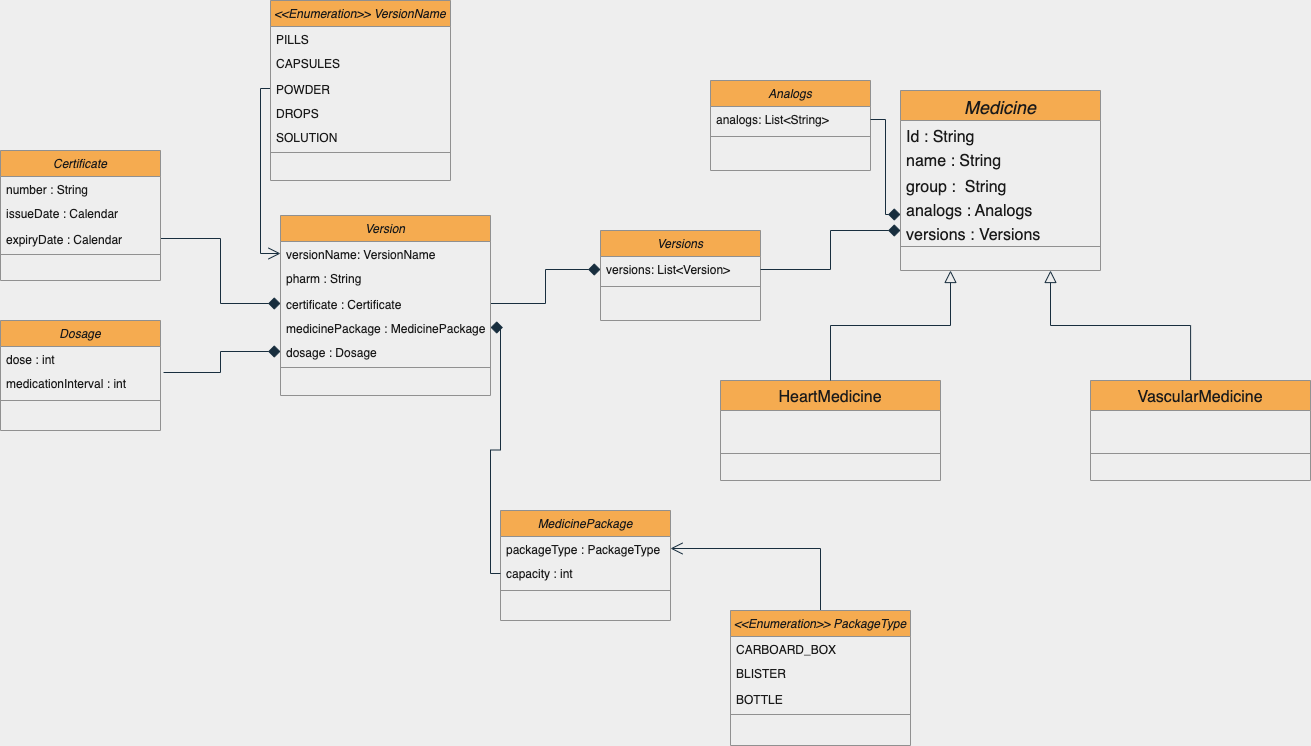
Earlier version of the draw.io export Medicine.png (Foltrex/XML). Source tidied: cells renumbered, new cells last; positions are measured from the earlier drawing's top-left corner, leaving out a move shared by most shapes. Source of this version:
```xml
<mxGraphModel background="#EEEEEE">
  <root>
    <mxCell id="0" />
    <mxCell id="1" parent="0" />
    <mxCell id="2" value="Medicine" style="swimlane;fontStyle=2;align=center;verticalAlign=top;horizontal=1;startSize=30;rounded=0;shadow=0;strokeWidth=1;fillColor=#F5AB50;strokeColor=#909090;fontColor=#1A1A1A;fontSize=18;" parent="1" vertex="1">
      <mxGeometry x="900" y="90" width="200" height="180" as="geometry" />
    </mxCell>
    <mxCell id="3" value="Id : String" style="text;align=left;verticalAlign=top;spacingLeft=4;spacingRight=4;overflow=hidden;fontColor=#1A1A1A;fontSize=16;" parent="2" vertex="1">
      <mxGeometry y="30" width="200" height="24" as="geometry" />
    </mxCell>
    <mxCell id="4" value="name : String" style="text;align=left;verticalAlign=top;spacingLeft=4;spacingRight=4;overflow=hidden;rounded=0;shadow=0;html=0;fontColor=#1A1A1A;fontSize=16;" parent="2" vertex="1">
      <mxGeometry y="54" width="200" height="26" as="geometry" />
    </mxCell>
    <mxCell id="5" value="group :  String&#10;" style="text;align=left;verticalAlign=top;spacingLeft=4;spacingRight=4;overflow=hidden;rounded=0;shadow=0;html=0;fontColor=#1A1A1A;fontSize=16;" parent="2" vertex="1">
      <mxGeometry y="80" width="200" height="24" as="geometry" />
    </mxCell>
    <mxCell id="6" value="analogs : Analogs" style="text;align=left;verticalAlign=top;spacingLeft=4;spacingRight=4;overflow=hidden;points=[[0,0.5],[1,0.5]];portConstraint=eastwest;rounded=0;shadow=0;html=0;fontColor=#1A1A1A;fontSize=16;" parent="2" vertex="1">
      <mxGeometry y="104" width="200" height="24" as="geometry" />
    </mxCell>
    <mxCell id="7" value="versions : Versions" style="text;align=left;verticalAlign=top;spacingLeft=4;spacingRight=4;overflow=hidden;points=[[0,0.5],[1,0.5]];portConstraint=eastwest;rounded=0;shadow=0;html=0;fontColor=#1A1A1A;fontSize=16;" parent="2" vertex="1">
      <mxGeometry y="128" width="200" height="24" as="geometry" />
    </mxCell>
    <mxCell id="8" style="line;html=1;strokeWidth=1;align=left;verticalAlign=middle;spacingTop=-1;spacingLeft=3;spacingRight=3;labelPosition=right;labelBackgroundColor=#EEEEEE;fillColor=#F5AB50;strokeColor=#909090;fontColor=#1A1A1A;" parent="2" vertex="1">
      <mxGeometry y="152" width="200" height="8" as="geometry" />
    </mxCell>
    <mxCell id="9" value="HeartMedicine" style="swimlane;fontStyle=0;align=center;verticalAlign=top;horizontal=1;startSize=30;rounded=0;shadow=0;strokeWidth=1;fillColor=#F5AB50;strokeColor=#909090;fontColor=#1A1A1A;fontSize=16;" parent="1" vertex="1">
      <mxGeometry x="720" y="380" width="220" height="100" as="geometry" />
    </mxCell>
    <mxCell id="10" style="line;html=1;strokeWidth=1;align=left;verticalAlign=middle;spacingTop=-1;spacingLeft=3;spacingRight=3;labelPosition=right;labelBackgroundColor=#EEEEEE;fillColor=#F5AB50;strokeColor=#909090;fontColor=#1A1A1A;" parent="9" vertex="1">
      <mxGeometry y="26" width="220" height="94" as="geometry" />
    </mxCell>
    <mxCell id="11" style="endArrow=block;endSize=10;endFill=0;shadow=0;strokeWidth=1;rounded=0;edgeStyle=orthogonalEdgeStyle;elbow=vertical;entryX=0.25;entryY=1;entryDx=0;entryDy=0;labelBackgroundColor=#EEEEEE;strokeColor=#182E3E;fontColor=#1A1A1A;" parent="1" edge="1" source="9" target="2">
      <mxGeometry relative="1" as="geometry" />
    </mxCell>
    <mxCell id="12" style="endArrow=block;endSize=10;endFill=0;shadow=0;strokeWidth=1;rounded=0;edgeStyle=orthogonalEdgeStyle;elbow=vertical;entryX=0.75;entryY=1;entryDx=0;entryDy=0;labelBackgroundColor=#EEEEEE;strokeColor=#182E3E;fontColor=#1A1A1A;exitX=0.455;exitY=0;exitDx=0;exitDy=0;exitPerimeter=0;" parent="1" edge="1" source="59" target="2">
      <mxGeometry relative="1" as="geometry" />
    </mxCell>
    <mxCell id="13" value="Analogs" style="swimlane;fontStyle=2;align=center;verticalAlign=top;horizontal=1;startSize=26;rounded=0;shadow=0;strokeWidth=1;fillColor=#F5AB50;strokeColor=#909090;fontColor=#1A1A1A;" parent="1" vertex="1">
      <mxGeometry x="710" y="80" width="160" height="90" as="geometry" />
    </mxCell>
    <mxCell id="14" value="analogs: List&lt;String&gt;" style="text;align=left;verticalAlign=top;spacingLeft=4;spacingRight=4;overflow=hidden;points=[[0,0.5],[1,0.5]];portConstraint=eastwest;rounded=0;shadow=0;html=0;fontColor=#1A1A1A;" parent="13" vertex="1">
      <mxGeometry y="26" width="160" height="26" as="geometry" />
    </mxCell>
    <mxCell id="15" style="line;html=1;strokeWidth=1;align=left;verticalAlign=middle;spacingTop=-1;spacingLeft=3;spacingRight=3;labelPosition=right;labelBackgroundColor=#EEEEEE;fillColor=#F5AB50;strokeColor=#909090;fontColor=#1A1A1A;" parent="13" vertex="1">
      <mxGeometry y="52" width="160" height="8" as="geometry" />
    </mxCell>
    <mxCell id="16" style="endArrow=diamond;endSize=10;endFill=1;shadow=0;strokeWidth=1;rounded=0;edgeStyle=orthogonalEdgeStyle;elbow=vertical;exitX=1;exitY=0.5;exitDx=0;exitDy=0;labelBackgroundColor=#EEEEEE;strokeColor=#182E3E;fontColor=#1A1A1A;entryX=0;entryY=0.833;entryDx=0;entryDy=0;entryPerimeter=0;" parent="1" edge="1" source="14" target="6">
      <mxGeometry relative="1" as="geometry" />
    </mxCell>
    <mxCell id="17" value="Versions" style="swimlane;fontStyle=2;align=center;verticalAlign=top;horizontal=1;startSize=26;rounded=0;shadow=0;strokeWidth=1;fillColor=#F5AB50;strokeColor=#909090;fontColor=#1A1A1A;" parent="1" vertex="1">
      <mxGeometry x="600" y="230" width="160" height="90" as="geometry" />
    </mxCell>
    <mxCell id="18" style="line;html=1;strokeWidth=1;align=left;verticalAlign=middle;spacingTop=-1;spacingLeft=3;spacingRight=3;labelPosition=right;labelBackgroundColor=#EEEEEE;fillColor=#F5AB50;strokeColor=#909090;fontColor=#1A1A1A;" parent="17" vertex="1">
      <mxGeometry y="52" width="160" height="8" as="geometry" />
    </mxCell>
    <mxCell id="19" value="versions: List&lt;Version&gt;" style="text;align=left;verticalAlign=top;spacingLeft=4;spacingRight=4;overflow=hidden;points=[[0,0.5],[1,0.5]];portConstraint=eastwest;rounded=0;shadow=0;html=0;fontColor=#1A1A1A;" parent="17" vertex="1">
      <mxGeometry y="26" width="160" height="26" as="geometry" />
    </mxCell>
    <mxCell id="20" style="endArrow=diamond;endSize=10;endFill=1;shadow=0;strokeWidth=1;rounded=0;edgeStyle=orthogonalEdgeStyle;elbow=vertical;exitX=1;exitY=0.5;exitDx=0;exitDy=0;labelBackgroundColor=#EEEEEE;strokeColor=#182E3E;fontColor=#1A1A1A;entryX=0;entryY=0.5;entryDx=0;entryDy=0;" parent="1" edge="1" source="19" target="7">
      <mxGeometry relative="1" as="geometry" />
    </mxCell>
    <mxCell id="21" style="endArrow=diamond;endSize=10;endFill=1;shadow=0;strokeWidth=1;rounded=0;edgeStyle=orthogonalEdgeStyle;elbow=vertical;exitX=1;exitY=0.5;exitDx=0;exitDy=0;entryX=0;entryY=0.5;entryDx=0;entryDy=0;labelBackgroundColor=#EEEEEE;strokeColor=#182E3E;fontColor=#1A1A1A;" parent="1" edge="1" source="25" target="19">
      <mxGeometry relative="1" as="geometry" />
    </mxCell>
    <mxCell id="22" value="Version" style="swimlane;fontStyle=2;align=center;verticalAlign=top;horizontal=1;startSize=26;rounded=0;shadow=0;strokeWidth=1;fillColor=#F5AB50;strokeColor=#909090;fontColor=#1A1A1A;" parent="1" vertex="1">
      <mxGeometry x="280" y="215" width="210" height="180" as="geometry" />
    </mxCell>
    <mxCell id="23" value="versionName: VersionName" style="text;align=left;verticalAlign=top;spacingLeft=4;spacingRight=4;overflow=hidden;points=[[0,0.5],[1,0.5]];portConstraint=eastwest;fontColor=#1A1A1A;" parent="22" vertex="1">
      <mxGeometry y="26" width="210" height="24" as="geometry" />
    </mxCell>
    <mxCell id="24" value="pharm : String" style="text;align=left;verticalAlign=top;spacingLeft=4;spacingRight=4;overflow=hidden;rounded=0;shadow=0;html=0;fontColor=#1A1A1A;" parent="22" vertex="1">
      <mxGeometry y="50" width="210" height="26" as="geometry" />
    </mxCell>
    <mxCell id="25" value="certificate : Certificate" style="text;align=left;verticalAlign=top;spacingLeft=4;spacingRight=4;overflow=hidden;points=[[0,0.5],[1,0.5]];portConstraint=eastwest;rounded=0;shadow=0;html=0;fontColor=#1A1A1A;" parent="22" vertex="1">
      <mxGeometry y="76" width="210" height="24" as="geometry" />
    </mxCell>
    <mxCell id="26" value="medicinePackage : MedicinePackage" style="text;align=left;verticalAlign=top;spacingLeft=4;spacingRight=4;overflow=hidden;points=[[0,0.5],[1,0.5]];portConstraint=eastwest;rounded=0;shadow=0;html=0;fontColor=#1A1A1A;" parent="22" vertex="1">
      <mxGeometry y="100" width="210" height="24" as="geometry" />
    </mxCell>
    <mxCell id="27" value="dosage : Dosage" style="text;align=left;verticalAlign=top;spacingLeft=4;spacingRight=4;overflow=hidden;points=[[0,0.5],[1,0.5]];portConstraint=eastwest;rounded=0;shadow=0;html=0;fontColor=#1A1A1A;" parent="22" vertex="1">
      <mxGeometry y="124" width="210" height="24" as="geometry" />
    </mxCell>
    <mxCell id="28" style="line;html=1;strokeWidth=1;align=left;verticalAlign=middle;spacingTop=-1;spacingLeft=3;spacingRight=3;labelPosition=right;labelBackgroundColor=#EEEEEE;fillColor=#F5AB50;strokeColor=#909090;fontColor=#1A1A1A;" parent="22" vertex="1">
      <mxGeometry y="148" width="210" height="8" as="geometry" />
    </mxCell>
    <mxCell id="29" style="endArrow=open;endSize=10;endFill=0;shadow=0;strokeWidth=1;rounded=0;edgeStyle=orthogonalEdgeStyle;elbow=vertical;entryX=0;entryY=0.5;entryDx=0;entryDy=0;exitX=0;exitY=0.5;exitDx=0;exitDy=0;labelBackgroundColor=#EEEEEE;strokeColor=#182E3E;fontColor=#1A1A1A;" parent="1" edge="1" source="33" target="23">
      <mxGeometry relative="1" as="geometry" />
    </mxCell>
    <mxCell id="30" value="&lt;&lt;Enumeration&gt;&gt; VersionName" style="swimlane;fontStyle=2;align=center;verticalAlign=top;horizontal=1;startSize=26;rounded=0;shadow=0;strokeWidth=1;fillColor=#F5AB50;strokeColor=#909090;fontColor=#1A1A1A;" parent="1" vertex="1">
      <mxGeometry x="270" width="180" height="180" as="geometry" />
    </mxCell>
    <mxCell id="31" value="PILLS" style="text;align=left;verticalAlign=top;spacingLeft=4;spacingRight=4;overflow=hidden;fontColor=#1A1A1A;" parent="30" vertex="1">
      <mxGeometry y="26" width="180" height="24" as="geometry" />
    </mxCell>
    <mxCell id="32" value="CAPSULES" style="text;align=left;verticalAlign=top;spacingLeft=4;spacingRight=4;overflow=hidden;rounded=0;shadow=0;html=0;fontColor=#1A1A1A;" parent="30" vertex="1">
      <mxGeometry y="50" width="180" height="26" as="geometry" />
    </mxCell>
    <mxCell id="33" value="POWDER" style="text;align=left;verticalAlign=top;spacingLeft=4;spacingRight=4;overflow=hidden;points=[[0,0.5],[1,0.5]];portConstraint=eastwest;rounded=0;shadow=0;html=0;fontColor=#1A1A1A;" parent="30" vertex="1">
      <mxGeometry y="76" width="180" height="24" as="geometry" />
    </mxCell>
    <mxCell id="34" value="DROPS" style="text;align=left;verticalAlign=top;spacingLeft=4;spacingRight=4;overflow=hidden;rounded=0;shadow=0;html=0;fontColor=#1A1A1A;" parent="30" vertex="1">
      <mxGeometry y="100" width="180" height="24" as="geometry" />
    </mxCell>
    <mxCell id="35" value="SOLUTION" style="text;align=left;verticalAlign=top;spacingLeft=4;spacingRight=4;overflow=hidden;rounded=0;shadow=0;html=0;fontColor=#1A1A1A;" parent="30" vertex="1">
      <mxGeometry y="124" width="180" height="24" as="geometry" />
    </mxCell>
    <mxCell id="36" style="line;html=1;strokeWidth=1;align=left;verticalAlign=middle;spacingTop=-1;spacingLeft=3;spacingRight=3;labelPosition=right;labelBackgroundColor=#EEEEEE;fillColor=#F5AB50;strokeColor=#909090;fontColor=#1A1A1A;" parent="30" vertex="1">
      <mxGeometry y="148" width="180" height="8" as="geometry" />
    </mxCell>
    <mxCell id="37" style="endArrow=diamond;endSize=10;endFill=1;shadow=0;strokeWidth=1;rounded=0;edgeStyle=orthogonalEdgeStyle;elbow=vertical;entryX=0;entryY=0.5;entryDx=0;entryDy=0;exitX=1;exitY=0.5;exitDx=0;exitDy=0;labelBackgroundColor=#EEEEEE;strokeColor=#182E3E;fontColor=#1A1A1A;" parent="1" edge="1" source="41" target="25">
      <mxGeometry relative="1" as="geometry" />
    </mxCell>
    <mxCell id="38" value="Certificate" style="swimlane;fontStyle=2;align=center;verticalAlign=top;horizontal=1;startSize=26;rounded=0;shadow=0;strokeWidth=1;fillColor=#F5AB50;strokeColor=#909090;fontColor=#1A1A1A;" parent="1" vertex="1">
      <mxGeometry y="150" width="160" height="130" as="geometry" />
    </mxCell>
    <mxCell id="39" value="number : String" style="text;align=left;verticalAlign=top;spacingLeft=4;spacingRight=4;overflow=hidden;fontColor=#1A1A1A;" parent="38" vertex="1">
      <mxGeometry y="26" width="160" height="24" as="geometry" />
    </mxCell>
    <mxCell id="40" value="issueDate : Calendar" style="text;align=left;verticalAlign=top;spacingLeft=4;spacingRight=4;overflow=hidden;rounded=0;shadow=0;html=0;fontColor=#1A1A1A;" parent="38" vertex="1">
      <mxGeometry y="50" width="160" height="26" as="geometry" />
    </mxCell>
    <mxCell id="41" value="expiryDate : Calendar" style="text;align=left;verticalAlign=top;spacingLeft=4;spacingRight=4;overflow=hidden;points=[[0,0.5],[1,0.5]];portConstraint=eastwest;rounded=0;shadow=0;html=0;fontColor=#1A1A1A;" parent="38" vertex="1">
      <mxGeometry y="76" width="160" height="24" as="geometry" />
    </mxCell>
    <mxCell id="42" style="line;html=1;strokeWidth=1;align=left;verticalAlign=middle;spacingTop=-1;spacingLeft=3;spacingRight=3;labelPosition=right;labelBackgroundColor=#EEEEEE;fillColor=#F5AB50;strokeColor=#909090;fontColor=#1A1A1A;" parent="38" vertex="1">
      <mxGeometry y="100" width="160" height="8" as="geometry" />
    </mxCell>
    <mxCell id="43" value="MedicinePackage" style="swimlane;fontStyle=2;align=center;verticalAlign=top;horizontal=1;startSize=26;rounded=0;shadow=0;strokeWidth=1;fillColor=#F5AB50;strokeColor=#909090;fontColor=#1A1A1A;" parent="1" vertex="1">
      <mxGeometry x="500" y="510" width="170" height="110" as="geometry" />
    </mxCell>
    <mxCell id="44" value="packageType : PackageType" style="text;align=left;verticalAlign=top;spacingLeft=4;spacingRight=4;overflow=hidden;points=[[0,0.5],[1,0.5]];portConstraint=eastwest;fontColor=#1A1A1A;" parent="43" vertex="1">
      <mxGeometry y="26" width="170" height="24" as="geometry" />
    </mxCell>
    <mxCell id="45" value="capacity : int" style="text;align=left;verticalAlign=top;spacingLeft=4;spacingRight=4;overflow=hidden;points=[[0,0.5],[1,0.5]];portConstraint=eastwest;rounded=0;shadow=0;html=0;fontColor=#1A1A1A;" parent="43" vertex="1">
      <mxGeometry y="50" width="170" height="26" as="geometry" />
    </mxCell>
    <mxCell id="46" style="line;html=1;strokeWidth=1;align=left;verticalAlign=middle;spacingTop=-1;spacingLeft=3;spacingRight=3;labelPosition=right;labelBackgroundColor=#EEEEEE;fillColor=#F5AB50;strokeColor=#909090;fontColor=#1A1A1A;" parent="43" vertex="1">
      <mxGeometry y="76" width="170" height="8" as="geometry" />
    </mxCell>
    <mxCell id="47" style="endArrow=diamond;endSize=10;endFill=1;shadow=0;strokeWidth=1;rounded=0;edgeStyle=orthogonalEdgeStyle;elbow=vertical;entryX=1;entryY=0.5;entryDx=0;entryDy=0;exitX=0;exitY=0.5;exitDx=0;exitDy=0;labelBackgroundColor=#EEEEEE;strokeColor=#182E3E;fontColor=#1A1A1A;" parent="1" edge="1" source="45" target="26">
      <mxGeometry relative="1" as="geometry" />
    </mxCell>
    <mxCell id="48" style="endArrow=open;endSize=10;endFill=0;shadow=0;strokeWidth=1;rounded=0;elbow=vertical;entryX=1;entryY=0.5;entryDx=0;entryDy=0;jumpSize=6;edgeStyle=orthogonalEdgeStyle;exitX=0.5;exitY=0;exitDx=0;exitDy=0;labelBackgroundColor=#EEEEEE;strokeColor=#182E3E;fontColor=#1A1A1A;" parent="1" edge="1" source="49" target="44">
      <mxGeometry relative="1" as="geometry" />
    </mxCell>
    <mxCell id="49" value="&lt;&lt;Enumeration&gt;&gt; PackageType" style="swimlane;fontStyle=2;align=center;verticalAlign=top;horizontal=1;startSize=26;rounded=0;shadow=0;strokeWidth=1;fillColor=#F5AB50;strokeColor=#909090;fontColor=#1A1A1A;" parent="1" vertex="1">
      <mxGeometry x="730" y="610" width="180" height="135" as="geometry" />
    </mxCell>
    <mxCell id="50" value="CARBOARD_BOX" style="text;align=left;verticalAlign=top;spacingLeft=4;spacingRight=4;overflow=hidden;fontColor=#1A1A1A;" parent="49" vertex="1">
      <mxGeometry y="26" width="180" height="24" as="geometry" />
    </mxCell>
    <mxCell id="51" value="BLISTER" style="text;align=left;verticalAlign=top;spacingLeft=4;spacingRight=4;overflow=hidden;rounded=0;shadow=0;html=0;fontColor=#1A1A1A;" parent="49" vertex="1">
      <mxGeometry y="50" width="180" height="26" as="geometry" />
    </mxCell>
    <mxCell id="52" value="BOTTLE" style="text;align=left;verticalAlign=top;spacingLeft=4;spacingRight=4;overflow=hidden;rounded=0;shadow=0;html=0;fontColor=#1A1A1A;" parent="49" vertex="1">
      <mxGeometry y="76" width="180" height="24" as="geometry" />
    </mxCell>
    <mxCell id="53" style="line;html=1;strokeWidth=1;align=left;verticalAlign=middle;spacingTop=-1;spacingLeft=3;spacingRight=3;labelPosition=right;labelBackgroundColor=#EEEEEE;fillColor=#F5AB50;strokeColor=#909090;fontColor=#1A1A1A;" parent="49" vertex="1">
      <mxGeometry y="100" width="180" height="8" as="geometry" />
    </mxCell>
    <mxCell id="54" value="Dosage" style="swimlane;fontStyle=2;align=center;verticalAlign=top;horizontal=1;startSize=26;rounded=0;shadow=0;strokeWidth=1;fillColor=#F5AB50;strokeColor=#909090;fontColor=#1A1A1A;" parent="1" vertex="1">
      <mxGeometry y="320" width="160" height="110" as="geometry" />
    </mxCell>
    <mxCell id="55" value="dose : int" style="text;align=left;verticalAlign=top;spacingLeft=4;spacingRight=4;overflow=hidden;fontColor=#1A1A1A;" parent="54" vertex="1">
      <mxGeometry y="26" width="160" height="24" as="geometry" />
    </mxCell>
    <mxCell id="56" value="medicationInterval : int" style="text;align=left;verticalAlign=top;spacingLeft=4;spacingRight=4;overflow=hidden;points=[[0,0.5],[1,0.5]];portConstraint=eastwest;rounded=0;shadow=0;html=0;fontColor=#1A1A1A;" parent="54" vertex="1">
      <mxGeometry y="50" width="160" height="26" as="geometry" />
    </mxCell>
    <mxCell id="57" style="line;html=1;strokeWidth=1;align=left;verticalAlign=middle;spacingTop=-1;spacingLeft=3;spacingRight=3;labelPosition=right;labelBackgroundColor=#EEEEEE;fillColor=#F5AB50;strokeColor=#909090;fontColor=#1A1A1A;" parent="54" vertex="1">
      <mxGeometry y="76" width="160" height="8" as="geometry" />
    </mxCell>
    <mxCell id="58" style="endArrow=diamond;endSize=10;endFill=1;shadow=0;strokeWidth=1;rounded=0;edgeStyle=orthogonalEdgeStyle;elbow=vertical;exitX=1.019;exitY=0.077;exitDx=0;exitDy=0;exitPerimeter=0;labelBackgroundColor=#EEEEEE;strokeColor=#182E3E;fontColor=#1A1A1A;" parent="1" edge="1" source="56" target="27">
      <mxGeometry relative="1" as="geometry" />
    </mxCell>
    <mxCell id="59" value="VascularMedicine" style="swimlane;fontStyle=0;align=center;verticalAlign=top;horizontal=1;startSize=30;rounded=0;shadow=0;strokeWidth=1;fillColor=#F5AB50;strokeColor=#909090;fontColor=#1A1A1A;fontSize=16;" parent="1" vertex="1">
      <mxGeometry x="1090" y="380" width="220" height="100" as="geometry" />
    </mxCell>
    <mxCell id="60" style="line;html=1;strokeWidth=1;align=left;verticalAlign=middle;spacingTop=-1;spacingLeft=3;spacingRight=3;labelPosition=right;labelBackgroundColor=#EEEEEE;fillColor=#F5AB50;strokeColor=#909090;fontColor=#1A1A1A;" parent="59" vertex="1">
      <mxGeometry y="26" width="220" height="94" as="geometry" />
    </mxCell>
  </root>
</mxGraphModel>
```
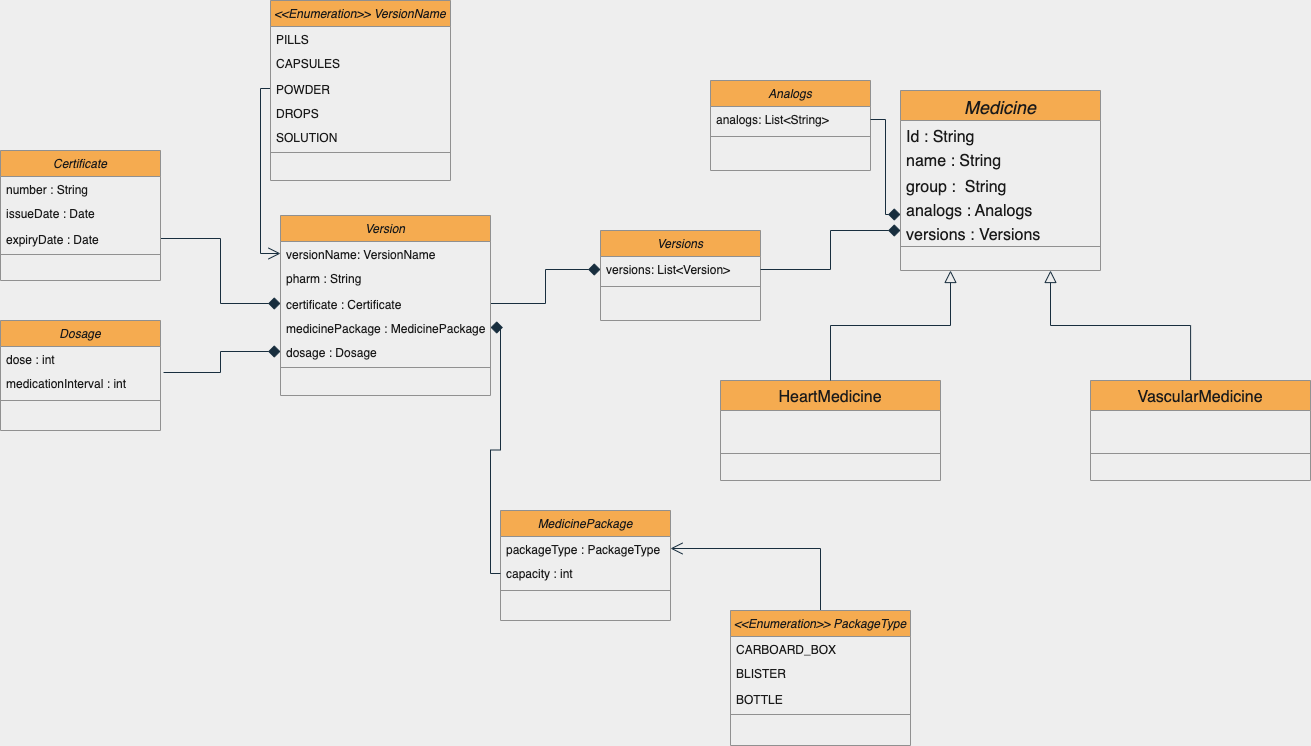
Above is the later version.

What changed in the source:
```diff
@@ -116,10 +116,10 @@
     <mxCell id="39" value="number : String" style="text;align=left;verticalAlign=top;spacingLeft=4;spacingRight=4;overflow=hidden;fontColor=#1A1A1A;" parent="38" vertex="1">
       <mxGeometry y="26" width="160" height="24" as="geometry" />
     </mxCell>
-    <mxCell id="40" value="issueDate : Calendar" style="text;align=left;verticalAlign=top;spacingLeft=4;spacingRight=4;overflow=hidden;rounded=0;shadow=0;html=0;fontColor=#1A1A1A;" parent="38" vertex="1">
+    <mxCell id="40" value="issueDate : Date" style="text;align=left;verticalAlign=top;spacingLeft=4;spacingRight=4;overflow=hidden;rounded=0;shadow=0;html=0;fontColor=#1A1A1A;" parent="38" vertex="1">
       <mxGeometry y="50" width="160" height="26" as="geometry" />
     </mxCell>
-    <mxCell id="41" value="expiryDate : Calendar" style="text;align=left;verticalAlign=top;spacingLeft=4;spacingRight=4;overflow=hidden;points=[[0,0.5],[1,0.5]];portConstraint=eastwest;rounded=0;shadow=0;html=0;fontColor=#1A1A1A;" parent="38" vertex="1">
+    <mxCell id="41" value="expiryDate : Date" style="text;align=left;verticalAlign=top;spacingLeft=4;spacingRight=4;overflow=hidden;points=[[0,0.5],[1,0.5]];portConstraint=eastwest;rounded=0;shadow=0;html=0;fontColor=#1A1A1A;" parent="38" vertex="1">
       <mxGeometry y="76" width="160" height="24" as="geometry" />
     </mxCell>
     <mxCell id="42" style="line;html=1;strokeWidth=1;align=left;verticalAlign=middle;spacingTop=-1;spacingLeft=3;spacingRight=3;labelPosition=right;labelBackgroundColor=#EEEEEE;fillColor=#F5AB50;strokeColor=#909090;fontColor=#1A1A1A;" parent="38" vertex="1">
```
